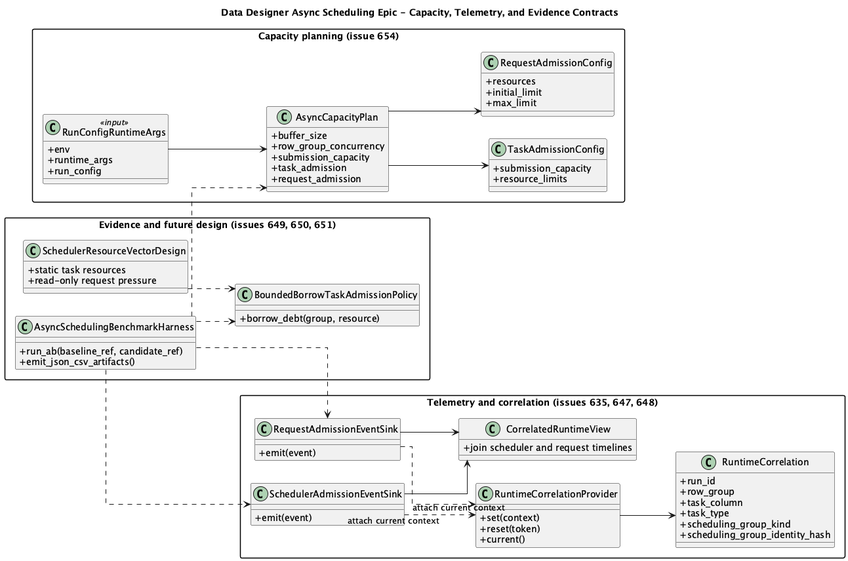
This is plans/645/AsyncSchedulingSupportContractsClassModel.png from NVIDIA-NeMo/DataDesigner, a PlantUML export, as it was before one commit.
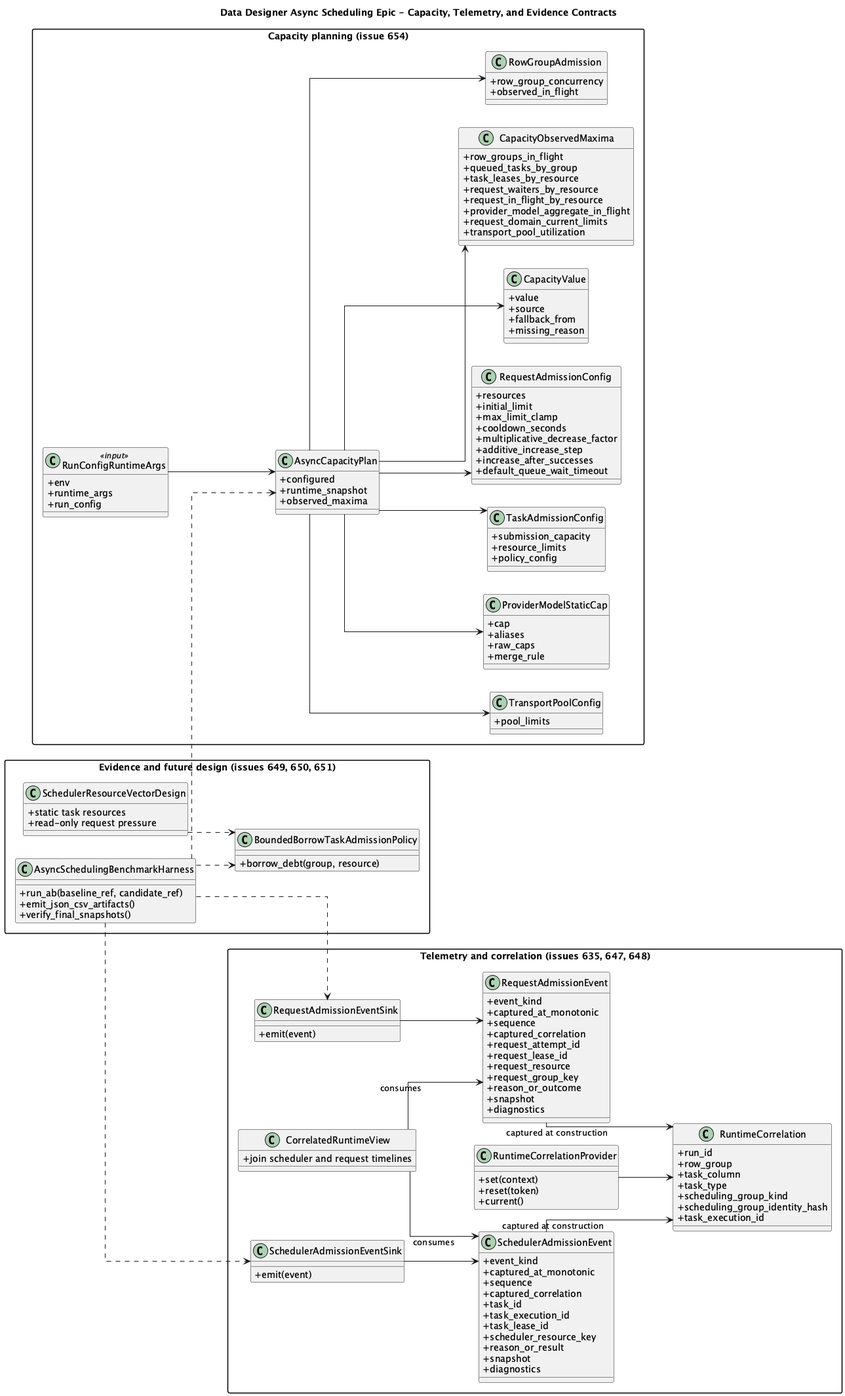
Above is the later version.

Diff of the diagram source:
```diff
@@ -15,22 +15,60 @@
   }
 
   class AsyncCapacityPlan {
-    +buffer_size
+    +configured
+    +runtime_snapshot
+    +observed_maxima
+  }
+
+  class CapacityValue {
+    +value
+    +source
+    +fallback_from
+    +missing_reason
+  }
+
+  class CapacityObservedMaxima {
+    +row_groups_in_flight
+    +queued_tasks_by_group
+    +task_leases_by_resource
+    +request_waiters_by_resource
+    +request_in_flight_by_resource
+    +provider_model_aggregate_in_flight
+    +request_domain_current_limits
+    +transport_pool_utilization
+  }
+
+  class RowGroupAdmission {
     +row_group_concurrency
-    +submission_capacity
-    +task_admission
-    +request_admission
+    +observed_in_flight
+  }
+
+  class TransportPoolConfig {
+    +pool_limits
+  }
+
+  class ProviderModelStaticCap {
+    +cap
+    +aliases
+    +raw_caps
+    +merge_rule
   }
 
   class TaskAdmissionConfig {
     +submission_capacity
     +resource_limits
+    +policy_config
   }
 
   class RequestAdmissionConfig {
     +resources
     +initial_limit
-    +max_limit
+    +max_limit_clamp
+    +cooldown_seconds
+    +multiplicative_decrease_factor
+    +additive_increase_step
+    +increase_after_successes
+    +default_queue_wait_timeout
   }
 }
 
@@ -42,6 +80,7 @@
     +task_type
     +scheduling_group_kind
     +scheduling_group_identity_hash
+    +task_execution_id
   }
 
   class RuntimeCorrelationProvider {
@@ -58,6 +97,34 @@
     +emit(event)
   }
 
+  class SchedulerAdmissionEvent {
+    +event_kind
+    +captured_at_monotonic
+    +sequence
+    +captured_correlation
+    +task_id
+    +task_execution_id
+    +task_lease_id
+    +scheduler_resource_key
+    +reason_or_result
+    +snapshot
+    +diagnostics
+  }
+
+  class RequestAdmissionEvent {
+    +event_kind
+    +captured_at_monotonic
+    +sequence
+    +captured_correlation
+    +request_attempt_id
+    +request_lease_id
+    +request_resource
+    +request_group_key
+    +reason_or_outcome
+    +snapshot
+    +diagnostics
+  }
+
   class CorrelatedRuntimeView {
     +join scheduler and request timelines
   }
@@ -67,6 +134,7 @@
   class AsyncSchedulingBenchmarkHarness {
     +run_ab(baseline_ref, candidate_ref)
     +emit_json_csv_artifacts()
+    +verify_final_snapshots()
   }
 
   class SchedulerResourceVectorDesign {
@@ -82,11 +150,18 @@
 RunConfigRuntimeArgs --> AsyncCapacityPlan
 AsyncCapacityPlan --> TaskAdmissionConfig
 AsyncCapacityPlan --> RequestAdmissionConfig
-SchedulerAdmissionEventSink ..> RuntimeCorrelationProvider : attach current context
-RequestAdmissionEventSink ..> RuntimeCorrelationProvider : attach current context
+AsyncCapacityPlan --> CapacityValue
+AsyncCapacityPlan --> CapacityObservedMaxima
+AsyncCapacityPlan --> RowGroupAdmission
+AsyncCapacityPlan --> TransportPoolConfig
+AsyncCapacityPlan --> ProviderModelStaticCap
+SchedulerAdmissionEvent --> RuntimeCorrelation : captured at construction
+RequestAdmissionEvent --> RuntimeCorrelation : captured at construction
+SchedulerAdmissionEventSink --> SchedulerAdmissionEvent
+RequestAdmissionEventSink --> RequestAdmissionEvent
 RuntimeCorrelationProvider --> RuntimeCorrelation
-SchedulerAdmissionEventSink --> CorrelatedRuntimeView
-RequestAdmissionEventSink --> CorrelatedRuntimeView
+CorrelatedRuntimeView --> SchedulerAdmissionEvent : consumes
+CorrelatedRuntimeView --> RequestAdmissionEvent : consumes
 AsyncSchedulingBenchmarkHarness ..> AsyncCapacityPlan
 AsyncSchedulingBenchmarkHarness ..> SchedulerAdmissionEventSink
 AsyncSchedulingBenchmarkHarness ..> RequestAdmissionEventSink
```
